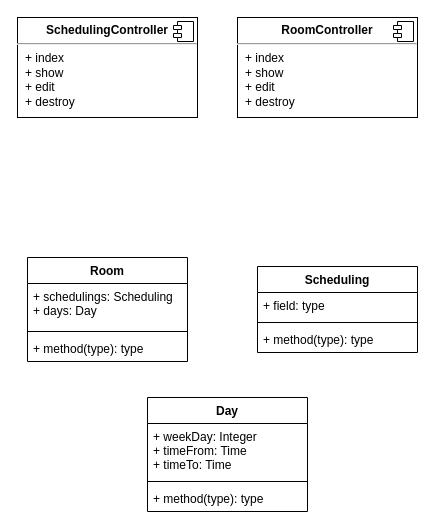
getninjas/desafio-ninja keeps this draw.io diagram as meeting_rooms.drawio. Above is the earlier version. Source tidied: cells renumbered, new cells numbered last; positions are measured from the earlier drawing's top-left corner, leaving out a move shared by most shapes. Both pictures are drawn from the tidied source at 100%, with x=0, y=0 at pixel (17, 17).
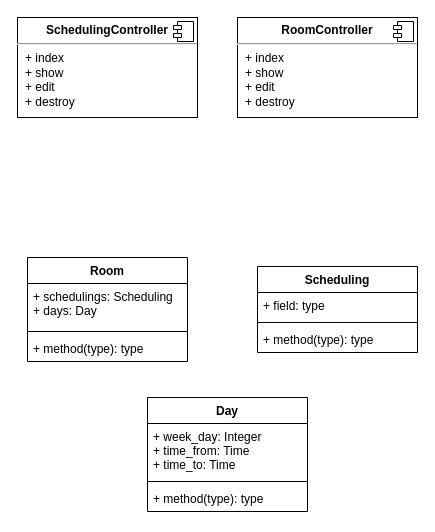
Above is the later version.

Change to the diagram source:
```diff
@@
 <mxGraphModel>
   <root>
     <mxCell id="0" />
     <mxCell id="1" parent="0" />
     <mxCell id="2" value="Room" style="swimlane;fontStyle=1;align=center;verticalAlign=top;horizontal=1;startSize=26;" parent="1" vertex="1">
       <mxGeometry x="10" y="240" width="160" height="104" as="geometry" />
     </mxCell>
     <mxCell id="3" value="+ schedulings: Scheduling&#10;+ days: Day" style="text;strokeColor=none;fillColor=none;align=left;verticalAlign=top;spacingLeft=4;spacingRight=4;overflow=hidden;" parent="2" vertex="1">
       <mxGeometry y="26" width="160" height="44" as="geometry" />
     </mxCell>
     <mxCell id="4" style="line;strokeWidth=1;fillColor=none;align=left;verticalAlign=middle;spacingTop=-1;spacingLeft=3;spacingRight=3;labelPosition=right;" parent="2" vertex="1">
       <mxGeometry y="70" width="160" height="8" as="geometry" />
     </mxCell>
     <mxCell id="5" value="+ method(type): type" style="text;strokeColor=none;fillColor=none;align=left;verticalAlign=top;spacingLeft=4;spacingRight=4;overflow=hidden;" parent="2" vertex="1">
       <mxGeometry y="78" width="160" height="26" as="geometry" />
     </mxCell>
     <mxCell id="6" value="Scheduling" style="swimlane;fontStyle=1;align=center;verticalAlign=top;horizontal=1;startSize=26;" parent="1" vertex="1">
       <mxGeometry x="240" y="249" width="160" height="86" as="geometry" />
     </mxCell>
     <mxCell id="7" value="+ field: type" style="text;strokeColor=none;fillColor=none;align=left;verticalAlign=top;spacingLeft=4;spacingRight=4;overflow=hidden;" parent="6" vertex="1">
       <mxGeometry y="26" width="160" height="26" as="geometry" />
     </mxCell>
     <mxCell id="8" style="line;strokeWidth=1;fillColor=none;align=left;verticalAlign=middle;spacingTop=-1;spacingLeft=3;spacingRight=3;labelPosition=right;" parent="6" vertex="1">
       <mxGeometry y="52" width="160" height="8" as="geometry" />
     </mxCell>
     <mxCell id="9" value="+ method(type): type" style="text;strokeColor=none;fillColor=none;align=left;verticalAlign=top;spacingLeft=4;spacingRight=4;overflow=hidden;" parent="6" vertex="1">
       <mxGeometry y="60" width="160" height="26" as="geometry" />
     </mxCell>
     <mxCell id="10" value="Day" style="swimlane;fontStyle=1;align=center;verticalAlign=top;horizontal=1;startSize=26;" parent="1" vertex="1">
       <mxGeometry x="130" y="380" width="160" height="114" as="geometry" />
     </mxCell>
-    <mxCell id="11" value="+ weekDay: Integer&#10;+ timeFrom: Time&#10;+ timeTo: Time" style="text;strokeColor=none;fillColor=none;align=left;verticalAlign=top;spacingLeft=4;spacingRight=4;overflow=hidden;" parent="10" vertex="1">
+    <mxCell id="11" value="+ week_day: Integer&#10;+ time_from: Time&#10;+ time_to: Time" style="text;strokeColor=none;fillColor=none;align=left;verticalAlign=top;spacingLeft=4;spacingRight=4;overflow=hidden;" parent="10" vertex="1">
       <mxGeometry y="26" width="160" height="54" as="geometry" />
     </mxCell>
     <mxCell id="12" style="line;strokeWidth=1;fillColor=none;align=left;verticalAlign=middle;spacingTop=-1;spacingLeft=3;spacingRight=3;labelPosition=right;" parent="10" vertex="1">
       <mxGeometry y="80" width="160" height="8" as="geometry" />
     </mxCell>
     <mxCell id="13" value="+ method(type): type" style="text;strokeColor=none;fillColor=none;align=left;verticalAlign=top;spacingLeft=4;spacingRight=4;overflow=hidden;" parent="10" vertex="1">
       <mxGeometry y="88" width="160" height="26" as="geometry" />
     </mxCell>
     <mxCell id="14" value="&lt;p style=&quot;margin: 0px ; margin-top: 6px ; text-align: center&quot;&gt;&lt;b&gt;RoomController&lt;/b&gt;&lt;/p&gt;&lt;hr&gt;&lt;p style=&quot;margin: 0px ; margin-left: 8px&quot;&gt;+ index&lt;br&gt;+ show&lt;/p&gt;&lt;p style=&quot;margin: 0px ; margin-left: 8px&quot;&gt;+ edit&lt;/p&gt;&lt;p style=&quot;margin: 0px ; margin-left: 8px&quot;&gt;+ destroy&lt;/p&gt;" style="align=left;overflow=fill;html=1;" parent="1" vertex="1">
       <mxGeometry x="220" width="180" height="100" as="geometry" />
     </mxCell>
     <mxCell id="15" style="shape=component;jettyWidth=8;jettyHeight=4;" parent="14" vertex="1">
       <mxGeometry x="1" width="20" height="20" relative="1" as="geometry">
         <mxPoint x="-24" y="4" as="offset" />
       </mxGeometry>
     </mxCell>
     <mxCell id="16" value="&lt;p style=&quot;margin: 0px ; margin-top: 6px ; text-align: center&quot;&gt;&lt;b&gt;SchedulingC&lt;/b&gt;&lt;b&gt;ontroller&lt;/b&gt;&lt;/p&gt;&lt;hr&gt;&lt;p style=&quot;margin: 0px ; margin-left: 8px&quot;&gt;+ index&lt;br&gt;+ show&lt;/p&gt;&lt;p style=&quot;margin: 0px ; margin-left: 8px&quot;&gt;+ edit&lt;/p&gt;&lt;p style=&quot;margin: 0px ; margin-left: 8px&quot;&gt;+ destroy&lt;/p&gt;" style="align=left;overflow=fill;html=1;" parent="1" vertex="1">
       <mxGeometry width="180" height="100" as="geometry" />
     </mxCell>
     <mxCell id="17" style="shape=component;jettyWidth=8;jettyHeight=4;" parent="16" vertex="1">
       <mxGeometry x="1" width="20" height="20" relative="1" as="geometry">
         <mxPoint x="-24" y="4" as="offset" />
       </mxGeometry>
     </mxCell>
   </root>
 </mxGraphModel>
```
